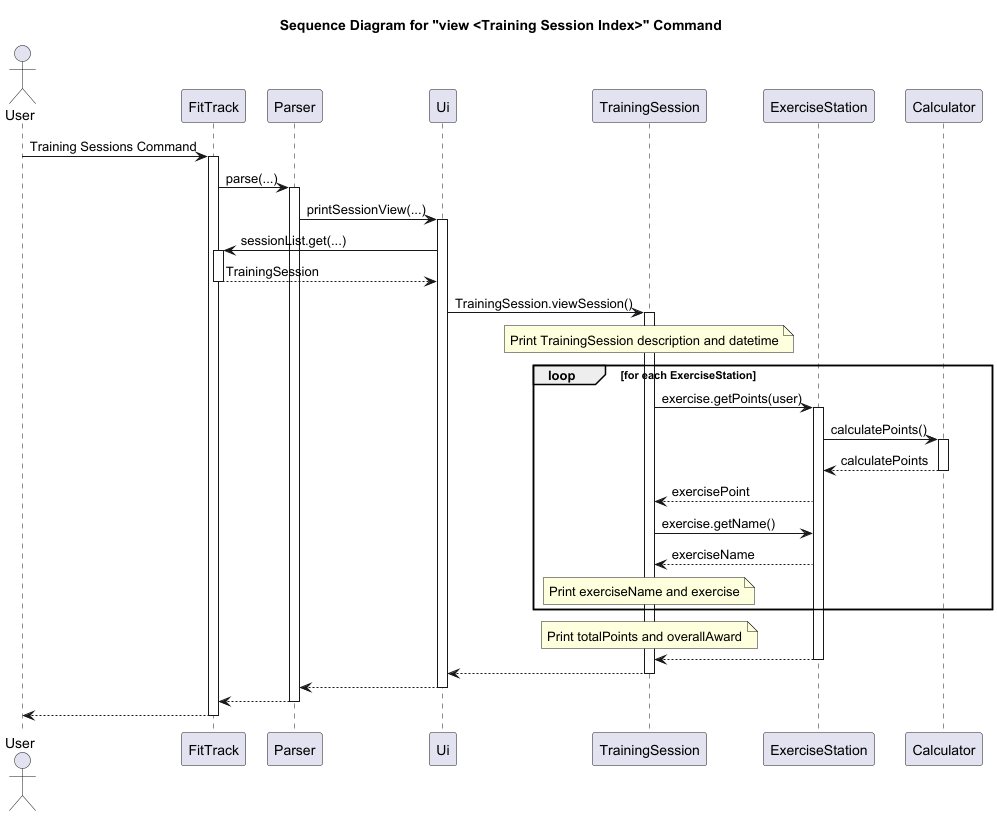
This is docs/Images/Sequence_ViewTrainingSession.png from nus-cs2113-AY2425S1/tp, a PlantUML export, as it was before one commit.
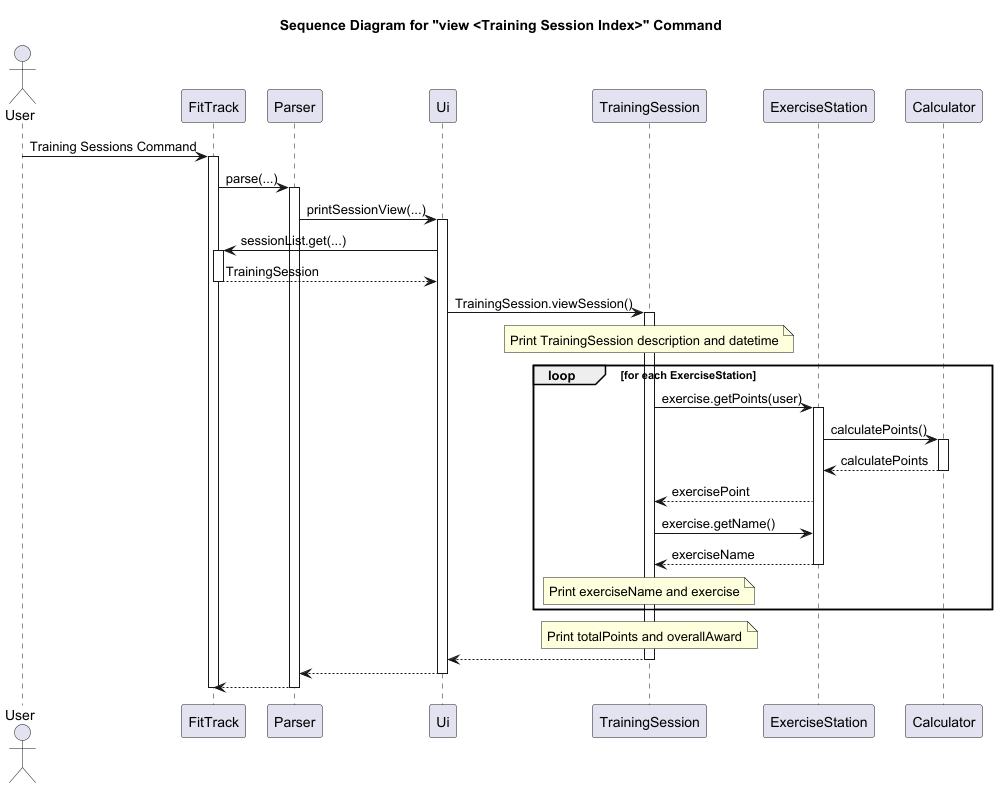
After the commit.

Diff of the diagram source:
```diff
@@ -28,6 +28,7 @@
                                 ExerciseStation --> TrainingSession: exercisePoint
                                 TrainingSession -> ExerciseStation: exercise.getName()
                                 ExerciseStation --> TrainingSession: exerciseName
+                                deactivate ExerciseStation
                                 note over TrainingSession
                                 Print exerciseName and exercise
                                 end note
@@ -35,7 +36,6 @@
                             note over TrainingSession
                             Print totalPoints and overallAward
                             end note
-                            ExerciseStation --> TrainingSession
                             deactivate ExerciseStation
                             TrainingSession --> Ui
                         deactivate TrainingSession
@@ -43,7 +43,6 @@
                 deactivate Ui
             Parser --> FitTrack
         deactivate Parser
-    FitTrack --> User
 deactivate FitTrack
 
 
```
